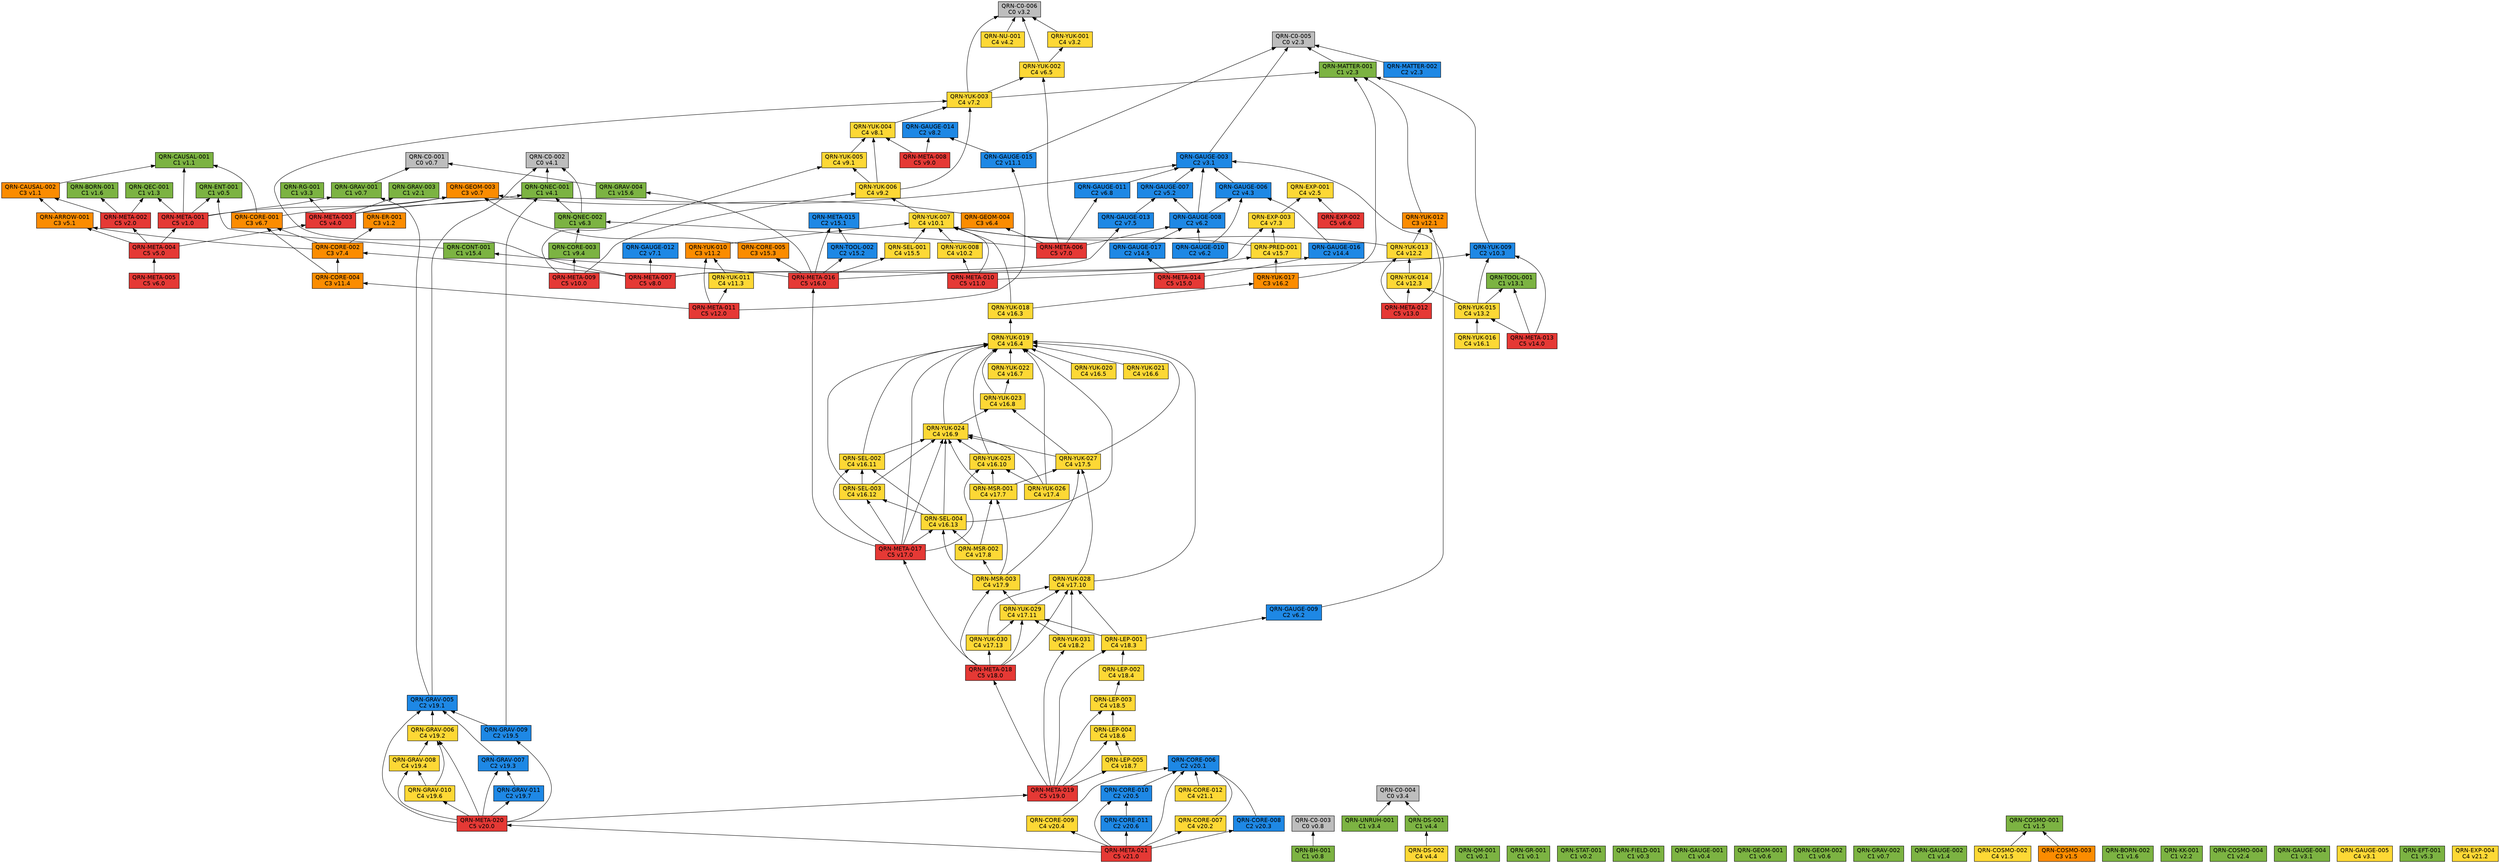
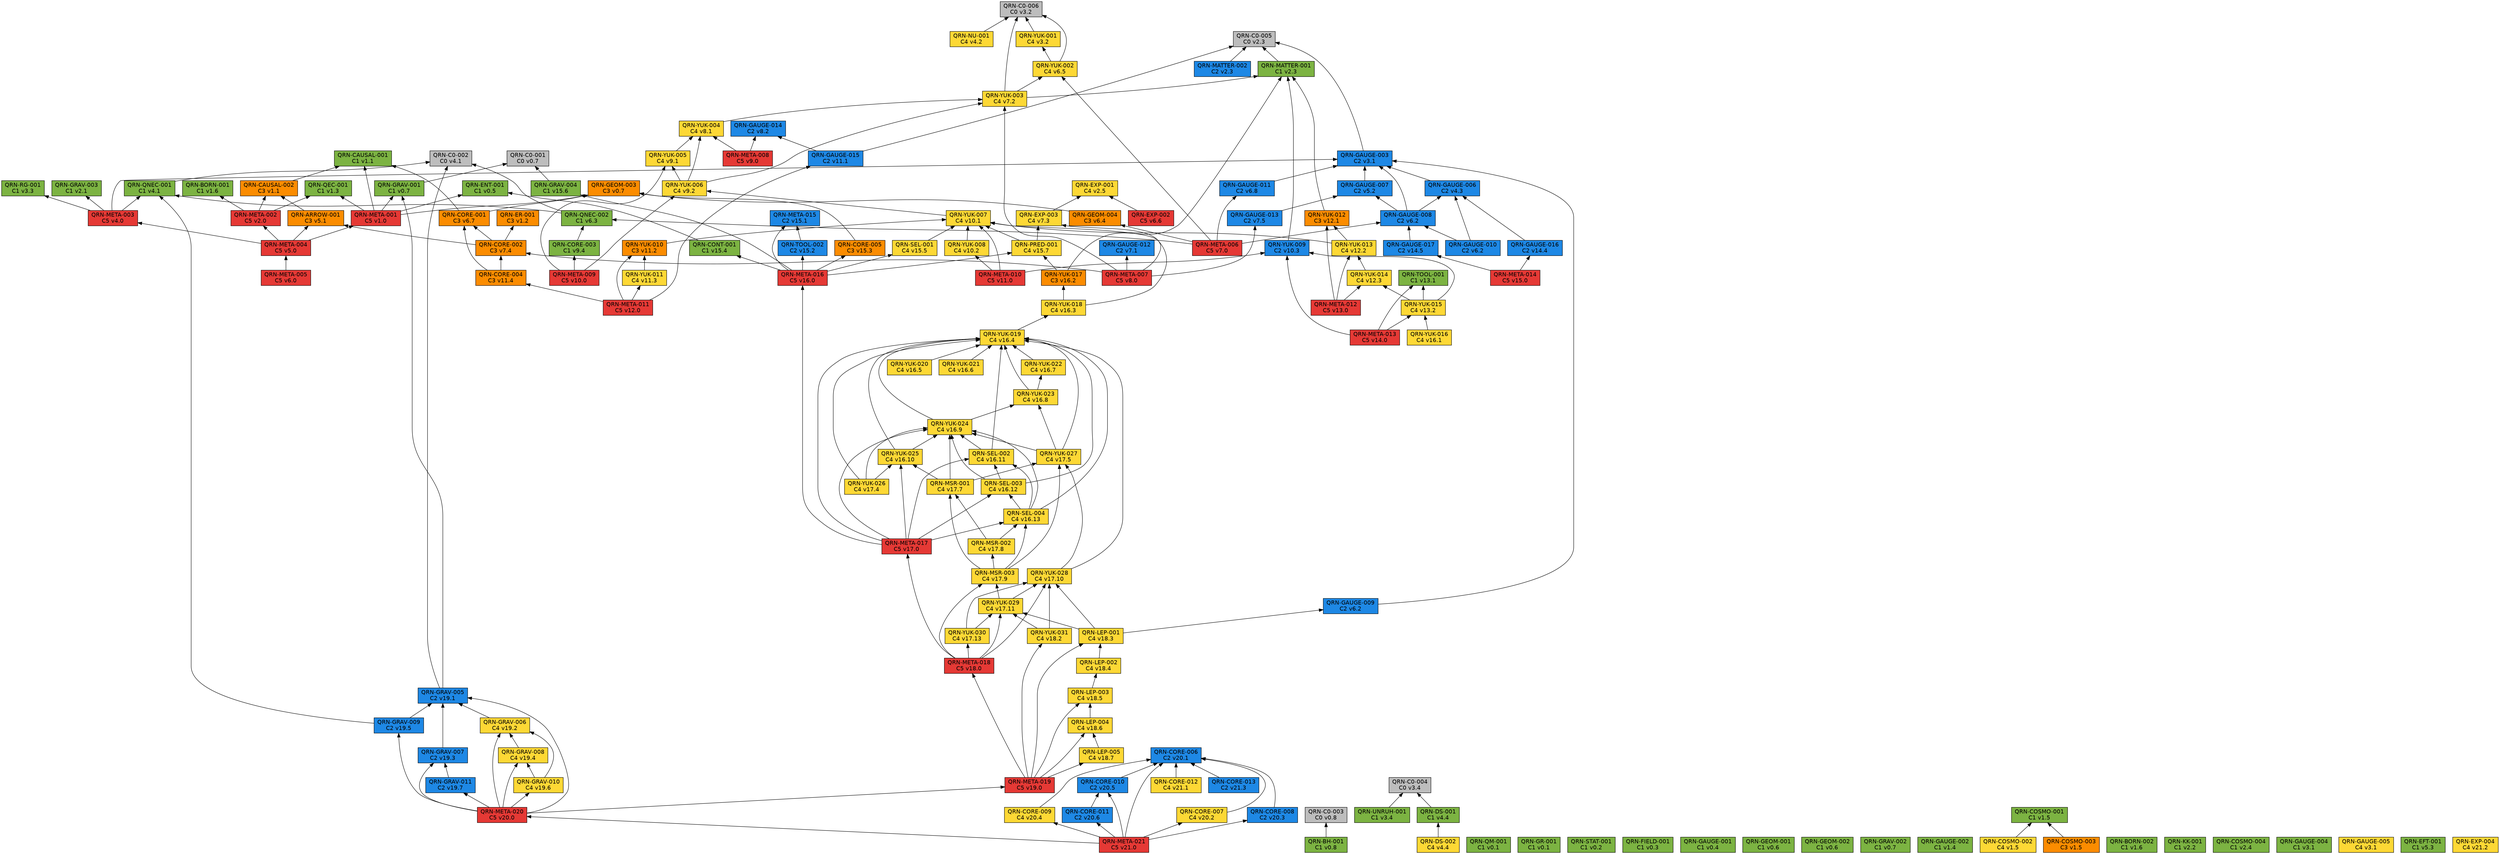
// 自動生成 (dag/report.pl) — QRN 主張依存グラフ
digraph qrn {
  rankdir=BT;
  node [shape=box, style=filled, fontname="Helvetica"];
  "QRN-C0-001" [fillcolor="#bdbdbd", label="QRN-C0-001\nC0 v0.7"];
  "QRN-C0-002" [fillcolor="#bdbdbd", label="QRN-C0-002\nC0 v4.1"];
  "QRN-C0-003" [fillcolor="#bdbdbd", label="QRN-C0-003\nC0 v0.8"];
  "QRN-C0-004" [fillcolor="#bdbdbd", label="QRN-C0-004\nC0 v3.4"];
  "QRN-C0-005" [fillcolor="#bdbdbd", label="QRN-C0-005\nC0 v2.3"];
  "QRN-C0-006" [fillcolor="#bdbdbd", label="QRN-C0-006\nC0 v3.2"];
  "QRN-QM-001" [fillcolor="#7cb342", label="QRN-QM-001\nC1 v0.1"];
  "QRN-GR-001" [fillcolor="#7cb342", label="QRN-GR-001\nC1 v0.1"];
  "QRN-STAT-001" [fillcolor="#7cb342", label="QRN-STAT-001\nC1 v0.2"];
  "QRN-FIELD-001" [fillcolor="#7cb342", label="QRN-FIELD-001\nC1 v0.3"];
  "QRN-GAUGE-001" [fillcolor="#7cb342", label="QRN-GAUGE-001\nC1 v0.4"];
  "QRN-ENT-001" [fillcolor="#7cb342", label="QRN-ENT-001\nC1 v0.5"];
  "QRN-GEOM-001" [fillcolor="#7cb342", label="QRN-GEOM-001\nC1 v0.6"];
  "QRN-GEOM-002" [fillcolor="#7cb342", label="QRN-GEOM-002\nC1 v0.6"];
  "QRN-GEOM-003" [fillcolor="#fb8c00", label="QRN-GEOM-003\nC3 v0.7"];
  "QRN-GRAV-001" [fillcolor="#7cb342", label="QRN-GRAV-001\nC1 v0.7"];
  "QRN-GRAV-002" [fillcolor="#7cb342", label="QRN-GRAV-002\nC1 v0.7"];
  "QRN-BH-001" [fillcolor="#7cb342", label="QRN-BH-001\nC1 v0.8"];
  "QRN-CAUSAL-001" [fillcolor="#7cb342", label="QRN-CAUSAL-001\nC1 v1.1"];
  "QRN-CAUSAL-002" [fillcolor="#fb8c00", label="QRN-CAUSAL-002\nC3 v1.1"];
  "QRN-ER-001" [fillcolor="#fb8c00", label="QRN-ER-001\nC3 v1.2"];
  "QRN-QEC-001" [fillcolor="#7cb342", label="QRN-QEC-001\nC1 v1.3"];
  "QRN-GAUGE-002" [fillcolor="#7cb342", label="QRN-GAUGE-002\nC1 v1.4"];
  "QRN-COSMO-001" [fillcolor="#7cb342", label="QRN-COSMO-001\nC1 v1.5"];
  "QRN-COSMO-002" [fillcolor="#fdd835", label="QRN-COSMO-002\nC4 v1.5"];
  "QRN-COSMO-003" [fillcolor="#fb8c00", label="QRN-COSMO-003\nC3 v1.5"];
  "QRN-BORN-001" [fillcolor="#7cb342", label="QRN-BORN-001\nC1 v1.6"];
  "QRN-BORN-002" [fillcolor="#7cb342", label="QRN-BORN-002\nC1 v1.6"];
  "QRN-GRAV-003" [fillcolor="#7cb342", label="QRN-GRAV-003\nC1 v2.1"];
  "QRN-KK-001" [fillcolor="#7cb342", label="QRN-KK-001\nC1 v2.2"];
  "QRN-MATTER-001" [fillcolor="#7cb342", label="QRN-MATTER-001\nC1 v2.3"];
  "QRN-MATTER-002" [fillcolor="#1e88e5", label="QRN-MATTER-002\nC2 v2.3"];
  "QRN-COSMO-004" [fillcolor="#7cb342", label="QRN-COSMO-004\nC1 v2.4"];
  "QRN-EXP-001" [fillcolor="#fdd835", label="QRN-EXP-001\nC4 v2.5"];
  "QRN-GAUGE-003" [fillcolor="#1e88e5", label="QRN-GAUGE-003\nC2 v3.1"];
  "QRN-GAUGE-004" [fillcolor="#7cb342", label="QRN-GAUGE-004\nC1 v3.1"];
  "QRN-GAUGE-005" [fillcolor="#fdd835", label="QRN-GAUGE-005\nC4 v3.1"];
  "QRN-YUK-001" [fillcolor="#fdd835", label="QRN-YUK-001\nC4 v3.2"];
  "QRN-RG-001" [fillcolor="#7cb342", label="QRN-RG-001\nC1 v3.3"];
  "QRN-UNRUH-001" [fillcolor="#7cb342", label="QRN-UNRUH-001\nC1 v3.4"];
  "QRN-QNEC-001" [fillcolor="#7cb342", label="QRN-QNEC-001\nC1 v4.1"];
  "QRN-NU-001" [fillcolor="#fdd835", label="QRN-NU-001\nC4 v4.2"];
  "QRN-GAUGE-006" [fillcolor="#1e88e5", label="QRN-GAUGE-006\nC2 v4.3"];
  "QRN-DS-001" [fillcolor="#7cb342", label="QRN-DS-001\nC1 v4.4"];
  "QRN-DS-002" [fillcolor="#fdd835", label="QRN-DS-002\nC4 v4.4"];
  "QRN-ARROW-001" [fillcolor="#fb8c00", label="QRN-ARROW-001\nC3 v5.1"];
  "QRN-GAUGE-007" [fillcolor="#1e88e5", label="QRN-GAUGE-007\nC2 v5.2"];
  "QRN-EFT-001" [fillcolor="#7cb342", label="QRN-EFT-001\nC1 v5.3"];
  "QRN-GAUGE-008" [fillcolor="#1e88e5", label="QRN-GAUGE-008\nC2 v6.2"];
  "QRN-GAUGE-009" [fillcolor="#1e88e5", label="QRN-GAUGE-009\nC2 v6.2"];
  "QRN-GAUGE-010" [fillcolor="#1e88e5", label="QRN-GAUGE-010\nC2 v6.2"];
  "QRN-QNEC-002" [fillcolor="#7cb342", label="QRN-QNEC-002\nC1 v6.3"];
  "QRN-GEOM-004" [fillcolor="#fb8c00", label="QRN-GEOM-004\nC3 v6.4"];
  "QRN-YUK-002" [fillcolor="#fdd835", label="QRN-YUK-002\nC4 v6.5"];
  "QRN-EXP-002" [fillcolor="#e53935", label="QRN-EXP-002\nC5 v6.6"];
  "QRN-CORE-001" [fillcolor="#fb8c00", label="QRN-CORE-001\nC3 v6.7"];
  "QRN-GAUGE-011" [fillcolor="#1e88e5", label="QRN-GAUGE-011\nC2 v6.8"];
  "QRN-GAUGE-012" [fillcolor="#1e88e5", label="QRN-GAUGE-012\nC2 v7.1"];
  "QRN-YUK-003" [fillcolor="#fdd835", label="QRN-YUK-003\nC4 v7.2"];
  "QRN-EXP-003" [fillcolor="#fdd835", label="QRN-EXP-003\nC4 v7.3"];
  "QRN-CORE-002" [fillcolor="#fb8c00", label="QRN-CORE-002\nC3 v7.4"];
  "QRN-GAUGE-013" [fillcolor="#1e88e5", label="QRN-GAUGE-013\nC2 v7.5"];
  "QRN-YUK-004" [fillcolor="#fdd835", label="QRN-YUK-004\nC4 v8.1"];
  "QRN-GAUGE-014" [fillcolor="#1e88e5", label="QRN-GAUGE-014\nC2 v8.2"];
  "QRN-META-001" [fillcolor="#e53935", label="QRN-META-001\nC5 v1.0"];
  "QRN-META-002" [fillcolor="#e53935", label="QRN-META-002\nC5 v2.0"];
  "QRN-META-003" [fillcolor="#e53935", label="QRN-META-003\nC5 v4.0"];
  "QRN-META-004" [fillcolor="#e53935", label="QRN-META-004\nC5 v5.0"];
  "QRN-META-005" [fillcolor="#e53935", label="QRN-META-005\nC5 v6.0"];
  "QRN-META-006" [fillcolor="#e53935", label="QRN-META-006\nC5 v7.0"];
  "QRN-META-007" [fillcolor="#e53935", label="QRN-META-007\nC5 v8.0"];
  "QRN-META-008" [fillcolor="#e53935", label="QRN-META-008\nC5 v9.0"];
  "QRN-YUK-005" [fillcolor="#fdd835", label="QRN-YUK-005\nC4 v9.1"];
  "QRN-YUK-006" [fillcolor="#fdd835", label="QRN-YUK-006\nC4 v9.2"];
  "QRN-CORE-003" [fillcolor="#7cb342", label="QRN-CORE-003\nC1 v9.4"];
  "QRN-META-009" [fillcolor="#e53935", label="QRN-META-009\nC5 v10.0"];
  "QRN-YUK-007" [fillcolor="#fdd835", label="QRN-YUK-007\nC4 v10.1"];
  "QRN-YUK-008" [fillcolor="#fdd835", label="QRN-YUK-008\nC4 v10.2"];
  "QRN-YUK-009" [fillcolor="#1e88e5", label="QRN-YUK-009\nC2 v10.3"];
  "QRN-META-010" [fillcolor="#e53935", label="QRN-META-010\nC5 v11.0"];
  "QRN-GAUGE-015" [fillcolor="#1e88e5", label="QRN-GAUGE-015\nC2 v11.1"];
  "QRN-YUK-010" [fillcolor="#fb8c00", label="QRN-YUK-010\nC3 v11.2"];
  "QRN-YUK-011" [fillcolor="#fdd835", label="QRN-YUK-011\nC4 v11.3"];
  "QRN-CORE-004" [fillcolor="#fb8c00", label="QRN-CORE-004\nC3 v11.4"];
  "QRN-META-011" [fillcolor="#e53935", label="QRN-META-011\nC5 v12.0"];
  "QRN-YUK-012" [fillcolor="#fb8c00", label="QRN-YUK-012\nC3 v12.1"];
  "QRN-YUK-013" [fillcolor="#fdd835", label="QRN-YUK-013\nC4 v12.2"];
  "QRN-YUK-014" [fillcolor="#fdd835", label="QRN-YUK-014\nC4 v12.3"];
  "QRN-META-012" [fillcolor="#e53935", label="QRN-META-012\nC5 v13.0"];
  "QRN-TOOL-001" [fillcolor="#7cb342", label="QRN-TOOL-001\nC1 v13.1"];
  "QRN-YUK-015" [fillcolor="#fdd835", label="QRN-YUK-015\nC4 v13.2"];
  "QRN-META-013" [fillcolor="#e53935", label="QRN-META-013\nC5 v14.0"];
  "QRN-GAUGE-016" [fillcolor="#1e88e5", label="QRN-GAUGE-016\nC2 v14.4"];
  "QRN-GAUGE-017" [fillcolor="#1e88e5", label="QRN-GAUGE-017\nC2 v14.5"];
  "QRN-META-014" [fillcolor="#e53935", label="QRN-META-014\nC5 v15.0"];
  "QRN-META-015" [fillcolor="#1e88e5", label="QRN-META-015\nC2 v15.1"];
  "QRN-TOOL-002" [fillcolor="#1e88e5", label="QRN-TOOL-002\nC2 v15.2"];
  "QRN-CORE-005" [fillcolor="#fb8c00", label="QRN-CORE-005\nC3 v15.3"];
  "QRN-CONT-001" [fillcolor="#7cb342", label="QRN-CONT-001\nC1 v15.4"];
  "QRN-SEL-001" [fillcolor="#fdd835", label="QRN-SEL-001\nC4 v15.5"];
  "QRN-GRAV-004" [fillcolor="#7cb342", label="QRN-GRAV-004\nC1 v15.6"];
  "QRN-PRED-001" [fillcolor="#fdd835", label="QRN-PRED-001\nC4 v15.7"];
  "QRN-META-016" [fillcolor="#e53935", label="QRN-META-016\nC5 v16.0"];
  "QRN-YUK-016" [fillcolor="#fdd835", label="QRN-YUK-016\nC4 v16.1"];
  "QRN-YUK-017" [fillcolor="#fb8c00", label="QRN-YUK-017\nC3 v16.2"];
  "QRN-YUK-018" [fillcolor="#fdd835", label="QRN-YUK-018\nC4 v16.3"];
  "QRN-YUK-019" [fillcolor="#fdd835", label="QRN-YUK-019\nC4 v16.4"];
  "QRN-YUK-020" [fillcolor="#fdd835", label="QRN-YUK-020\nC4 v16.5"];
  "QRN-YUK-021" [fillcolor="#fdd835", label="QRN-YUK-021\nC4 v16.6"];
  "QRN-YUK-022" [fillcolor="#fdd835", label="QRN-YUK-022\nC4 v16.7"];
  "QRN-YUK-023" [fillcolor="#fdd835", label="QRN-YUK-023\nC4 v16.8"];
  "QRN-YUK-024" [fillcolor="#fdd835", label="QRN-YUK-024\nC4 v16.9"];
  "QRN-YUK-025" [fillcolor="#fdd835", label="QRN-YUK-025\nC4 v16.10"];
  "QRN-SEL-002" [fillcolor="#fdd835", label="QRN-SEL-002\nC4 v16.11"];
  "QRN-SEL-003" [fillcolor="#fdd835", label="QRN-SEL-003\nC4 v16.12"];
  "QRN-SEL-004" [fillcolor="#fdd835", label="QRN-SEL-004\nC4 v16.13"];
  "QRN-META-017" [fillcolor="#e53935", label="QRN-META-017\nC5 v17.0"];
  "QRN-YUK-026" [fillcolor="#fdd835", label="QRN-YUK-026\nC4 v17.4"];
  "QRN-YUK-027" [fillcolor="#fdd835", label="QRN-YUK-027\nC4 v17.5"];
  "QRN-MSR-001" [fillcolor="#fdd835", label="QRN-MSR-001\nC4 v17.7"];
  "QRN-MSR-002" [fillcolor="#fdd835", label="QRN-MSR-002\nC4 v17.8"];
  "QRN-MSR-003" [fillcolor="#fdd835", label="QRN-MSR-003\nC4 v17.9"];
  "QRN-YUK-028" [fillcolor="#fdd835", label="QRN-YUK-028\nC4 v17.10"];
  "QRN-YUK-029" [fillcolor="#fdd835", label="QRN-YUK-029\nC4 v17.11"];
  "QRN-YUK-030" [fillcolor="#fdd835", label="QRN-YUK-030\nC4 v17.13"];
  "QRN-META-018" [fillcolor="#e53935", label="QRN-META-018\nC5 v18.0"];
  "QRN-YUK-031" [fillcolor="#fdd835", label="QRN-YUK-031\nC4 v18.2"];
  "QRN-LEP-001" [fillcolor="#fdd835", label="QRN-LEP-001\nC4 v18.3"];
  "QRN-LEP-002" [fillcolor="#fdd835", label="QRN-LEP-002\nC4 v18.4"];
  "QRN-LEP-003" [fillcolor="#fdd835", label="QRN-LEP-003\nC4 v18.5"];
  "QRN-LEP-004" [fillcolor="#fdd835", label="QRN-LEP-004\nC4 v18.6"];
  "QRN-LEP-005" [fillcolor="#fdd835", label="QRN-LEP-005\nC4 v18.7"];
  "QRN-META-019" [fillcolor="#e53935", label="QRN-META-019\nC5 v19.0"];
  "QRN-GRAV-005" [fillcolor="#1e88e5", label="QRN-GRAV-005\nC2 v19.1"];
  "QRN-GRAV-006" [fillcolor="#fdd835", label="QRN-GRAV-006\nC4 v19.2"];
  "QRN-GRAV-007" [fillcolor="#1e88e5", label="QRN-GRAV-007\nC2 v19.3"];
  "QRN-GRAV-008" [fillcolor="#fdd835", label="QRN-GRAV-008\nC4 v19.4"];
  "QRN-GRAV-009" [fillcolor="#1e88e5", label="QRN-GRAV-009\nC2 v19.5"];
  "QRN-GRAV-010" [fillcolor="#fdd835", label="QRN-GRAV-010\nC4 v19.6"];
  "QRN-GRAV-011" [fillcolor="#1e88e5", label="QRN-GRAV-011\nC2 v19.7"];
  "QRN-META-020" [fillcolor="#e53935", label="QRN-META-020\nC5 v20.0"];
  "QRN-CORE-006" [fillcolor="#1e88e5", label="QRN-CORE-006\nC2 v20.1"];
  "QRN-CORE-007" [fillcolor="#fdd835", label="QRN-CORE-007\nC4 v20.2"];
  "QRN-CORE-008" [fillcolor="#1e88e5", label="QRN-CORE-008\nC2 v20.3"];
  "QRN-CORE-009" [fillcolor="#fdd835", label="QRN-CORE-009\nC4 v20.4"];
  "QRN-CORE-010" [fillcolor="#1e88e5", label="QRN-CORE-010\nC2 v20.5"];
  "QRN-CORE-011" [fillcolor="#1e88e5", label="QRN-CORE-011\nC2 v20.6"];
  "QRN-META-021" [fillcolor="#e53935", label="QRN-META-021\nC5 v21.0"];
  "QRN-CORE-012" [fillcolor="#fdd835", label="QRN-CORE-012\nC4 v21.1"];
  "QRN-EXP-004" [fillcolor="#fdd835", label="QRN-EXP-004\nC4 v21.2"];
+   "QRN-CORE-013" [fillcolor="#1e88e5", label="QRN-CORE-013\nC2 v21.3"];
  "QRN-GRAV-001" -> "QRN-C0-001";
  "QRN-BH-001" -> "QRN-C0-003";
  "QRN-CAUSAL-002" -> "QRN-CAUSAL-001";
  "QRN-COSMO-002" -> "QRN-COSMO-001";
  "QRN-COSMO-003" -> "QRN-COSMO-001";
  "QRN-MATTER-001" -> "QRN-C0-005";
  "QRN-MATTER-002" -> "QRN-C0-005";
  "QRN-GAUGE-003" -> "QRN-C0-005";
  "QRN-YUK-001" -> "QRN-C0-006";
  "QRN-UNRUH-001" -> "QRN-C0-004";
  "QRN-QNEC-001" -> "QRN-C0-002";
  "QRN-NU-001" -> "QRN-C0-006";
  "QRN-GAUGE-006" -> "QRN-GAUGE-003";
  "QRN-DS-001" -> "QRN-C0-004";
  "QRN-DS-002" -> "QRN-DS-001";
  "QRN-ARROW-001" -> "QRN-CAUSAL-002";
  "QRN-GAUGE-007" -> "QRN-GAUGE-003";
  "QRN-GAUGE-008" -> "QRN-GAUGE-003";
  "QRN-GAUGE-008" -> "QRN-GAUGE-006";
  "QRN-GAUGE-008" -> "QRN-GAUGE-007";
  "QRN-GAUGE-009" -> "QRN-GAUGE-003";
  "QRN-GAUGE-010" -> "QRN-GAUGE-006";
  "QRN-GAUGE-010" -> "QRN-GAUGE-008";
  "QRN-QNEC-002" -> "QRN-C0-002";
  "QRN-QNEC-002" -> "QRN-QNEC-001";
  "QRN-GEOM-004" -> "QRN-GEOM-003";
  "QRN-YUK-002" -> "QRN-C0-006";
  "QRN-YUK-002" -> "QRN-YUK-001";
  "QRN-EXP-002" -> "QRN-EXP-001";
  "QRN-CORE-001" -> "QRN-GEOM-003";
  "QRN-CORE-001" -> "QRN-CAUSAL-001";
  "QRN-GAUGE-011" -> "QRN-GAUGE-003";
  "QRN-YUK-003" -> "QRN-C0-006";
  "QRN-YUK-003" -> "QRN-MATTER-001";
  "QRN-YUK-003" -> "QRN-YUK-002";
  "QRN-EXP-003" -> "QRN-EXP-001";
  "QRN-CORE-002" -> "QRN-CORE-001";
  "QRN-CORE-002" -> "QRN-ER-001";
  "QRN-CORE-002" -> "QRN-ARROW-001";
  "QRN-GAUGE-013" -> "QRN-GAUGE-007";
  "QRN-YUK-004" -> "QRN-YUK-003";
  "QRN-META-001" -> "QRN-GEOM-003";
  "QRN-META-001" -> "QRN-GRAV-001";
  "QRN-META-001" -> "QRN-CAUSAL-001";
  "QRN-META-001" -> "QRN-QEC-001";
  "QRN-META-001" -> "QRN-ENT-001";
  "QRN-META-002" -> "QRN-QEC-001";
  "QRN-META-002" -> "QRN-BORN-001";
  "QRN-META-002" -> "QRN-CAUSAL-002";
  "QRN-META-003" -> "QRN-GAUGE-003";
  "QRN-META-003" -> "QRN-RG-001";
  "QRN-META-003" -> "QRN-QNEC-001";
  "QRN-META-003" -> "QRN-GRAV-003";
  "QRN-META-004" -> "QRN-META-001";
  "QRN-META-004" -> "QRN-META-002";
  "QRN-META-004" -> "QRN-META-003";
  "QRN-META-004" -> "QRN-ARROW-001";
  "QRN-META-005" -> "QRN-META-004";
  "QRN-META-006" -> "QRN-GAUGE-008";
  "QRN-META-006" -> "QRN-QNEC-002";
  "QRN-META-006" -> "QRN-GEOM-004";
  "QRN-META-006" -> "QRN-YUK-002";
  "QRN-META-006" -> "QRN-GAUGE-011";
  "QRN-META-007" -> "QRN-GAUGE-012";
  "QRN-META-007" -> "QRN-YUK-003";
  "QRN-META-007" -> "QRN-EXP-003";
  "QRN-META-007" -> "QRN-CORE-002";
  "QRN-META-007" -> "QRN-GAUGE-013";
  "QRN-META-008" -> "QRN-YUK-004";
  "QRN-META-008" -> "QRN-GAUGE-014";
  "QRN-YUK-005" -> "QRN-YUK-004";
  "QRN-YUK-006" -> "QRN-YUK-003";
  "QRN-YUK-006" -> "QRN-YUK-004";
  "QRN-YUK-006" -> "QRN-YUK-005";
  "QRN-CORE-003" -> "QRN-QNEC-002";
  "QRN-META-009" -> "QRN-YUK-005";
  "QRN-META-009" -> "QRN-YUK-006";
  "QRN-META-009" -> "QRN-CORE-003";
  "QRN-YUK-007" -> "QRN-YUK-006";
  "QRN-YUK-008" -> "QRN-YUK-007";
  "QRN-YUK-009" -> "QRN-MATTER-001";
  "QRN-META-010" -> "QRN-YUK-007";
  "QRN-META-010" -> "QRN-YUK-008";
  "QRN-META-010" -> "QRN-YUK-009";
  "QRN-GAUGE-015" -> "QRN-C0-005";
  "QRN-GAUGE-015" -> "QRN-GAUGE-014";
  "QRN-YUK-010" -> "QRN-YUK-007";
  "QRN-YUK-011" -> "QRN-YUK-010";
  "QRN-CORE-004" -> "QRN-CORE-001";
  "QRN-CORE-004" -> "QRN-CORE-002";
  "QRN-META-011" -> "QRN-GAUGE-015";
  "QRN-META-011" -> "QRN-YUK-010";
  "QRN-META-011" -> "QRN-YUK-011";
  "QRN-META-011" -> "QRN-CORE-004";
  "QRN-YUK-012" -> "QRN-MATTER-001";
  "QRN-YUK-013" -> "QRN-YUK-012";
  "QRN-YUK-013" -> "QRN-YUK-007";
  "QRN-YUK-014" -> "QRN-YUK-013";
  "QRN-META-012" -> "QRN-YUK-012";
  "QRN-META-012" -> "QRN-YUK-013";
  "QRN-META-012" -> "QRN-YUK-014";
  "QRN-YUK-015" -> "QRN-YUK-014";
  "QRN-YUK-015" -> "QRN-TOOL-001";
  "QRN-YUK-015" -> "QRN-YUK-009";
  "QRN-META-013" -> "QRN-YUK-015";
  "QRN-META-013" -> "QRN-TOOL-001";
  "QRN-META-013" -> "QRN-YUK-009";
  "QRN-GAUGE-016" -> "QRN-GAUGE-006";
  "QRN-GAUGE-017" -> "QRN-GAUGE-008";
  "QRN-META-014" -> "QRN-GAUGE-016";
  "QRN-META-014" -> "QRN-GAUGE-017";
  "QRN-TOOL-002" -> "QRN-META-015";
  "QRN-CORE-005" -> "QRN-GEOM-003";
  "QRN-CONT-001" -> "QRN-ENT-001";
  "QRN-SEL-001" -> "QRN-YUK-007";
  "QRN-GRAV-004" -> "QRN-C0-001";
  "QRN-PRED-001" -> "QRN-YUK-007";
  "QRN-PRED-001" -> "QRN-EXP-003";
  "QRN-META-016" -> "QRN-META-015";
  "QRN-META-016" -> "QRN-TOOL-002";
  "QRN-META-016" -> "QRN-CORE-005";
  "QRN-META-016" -> "QRN-CONT-001";
  "QRN-META-016" -> "QRN-SEL-001";
  "QRN-META-016" -> "QRN-GRAV-004";
  "QRN-META-016" -> "QRN-PRED-001";
  "QRN-YUK-016" -> "QRN-YUK-015";
  "QRN-YUK-017" -> "QRN-MATTER-001";
  "QRN-YUK-017" -> "QRN-PRED-001";
  "QRN-YUK-018" -> "QRN-YUK-017";
  "QRN-YUK-018" -> "QRN-YUK-007";
  "QRN-YUK-019" -> "QRN-YUK-018";
  "QRN-YUK-020" -> "QRN-YUK-019";
  "QRN-YUK-021" -> "QRN-YUK-019";
  "QRN-YUK-022" -> "QRN-YUK-019";
  "QRN-YUK-023" -> "QRN-YUK-019";
  "QRN-YUK-023" -> "QRN-YUK-022";
  "QRN-YUK-024" -> "QRN-YUK-019";
  "QRN-YUK-024" -> "QRN-YUK-023";
  "QRN-YUK-025" -> "QRN-YUK-019";
  "QRN-YUK-025" -> "QRN-YUK-024";
  "QRN-SEL-002" -> "QRN-YUK-019";
  "QRN-SEL-002" -> "QRN-YUK-024";
  "QRN-SEL-003" -> "QRN-YUK-019";
  "QRN-SEL-003" -> "QRN-YUK-024";
  "QRN-SEL-003" -> "QRN-SEL-002";
  "QRN-SEL-004" -> "QRN-YUK-019";
  "QRN-SEL-004" -> "QRN-YUK-024";
  "QRN-SEL-004" -> "QRN-SEL-002";
  "QRN-SEL-004" -> "QRN-SEL-003";
  "QRN-META-017" -> "QRN-META-016";
  "QRN-META-017" -> "QRN-YUK-019";
  "QRN-META-017" -> "QRN-YUK-024";
  "QRN-META-017" -> "QRN-YUK-025";
  "QRN-META-017" -> "QRN-SEL-002";
  "QRN-META-017" -> "QRN-SEL-003";
  "QRN-META-017" -> "QRN-SEL-004";
  "QRN-YUK-026" -> "QRN-YUK-019";
  "QRN-YUK-026" -> "QRN-YUK-024";
  "QRN-YUK-026" -> "QRN-YUK-025";
  "QRN-YUK-027" -> "QRN-YUK-019";
  "QRN-YUK-027" -> "QRN-YUK-023";
  "QRN-YUK-027" -> "QRN-YUK-024";
  "QRN-MSR-001" -> "QRN-YUK-024";
  "QRN-MSR-001" -> "QRN-YUK-025";
  "QRN-MSR-001" -> "QRN-YUK-027";
  "QRN-MSR-002" -> "QRN-SEL-004";
  "QRN-MSR-002" -> "QRN-MSR-001";
  "QRN-MSR-003" -> "QRN-MSR-001";
  "QRN-MSR-003" -> "QRN-MSR-002";
  "QRN-MSR-003" -> "QRN-SEL-004";
  "QRN-MSR-003" -> "QRN-YUK-027";
  "QRN-YUK-028" -> "QRN-YUK-019";
  "QRN-YUK-028" -> "QRN-YUK-027";
  "QRN-YUK-029" -> "QRN-YUK-028";
  "QRN-YUK-029" -> "QRN-MSR-003";
  "QRN-YUK-030" -> "QRN-YUK-028";
  "QRN-YUK-030" -> "QRN-YUK-029";
  "QRN-META-018" -> "QRN-META-017";
  "QRN-META-018" -> "QRN-MSR-003";
  "QRN-META-018" -> "QRN-YUK-028";
  "QRN-META-018" -> "QRN-YUK-029";
  "QRN-META-018" -> "QRN-YUK-030";
  "QRN-YUK-031" -> "QRN-YUK-028";
  "QRN-YUK-031" -> "QRN-YUK-029";
  "QRN-LEP-001" -> "QRN-YUK-028";
  "QRN-LEP-001" -> "QRN-YUK-029";
  "QRN-LEP-001" -> "QRN-GAUGE-009";
  "QRN-LEP-002" -> "QRN-LEP-001";
  "QRN-LEP-003" -> "QRN-LEP-002";
  "QRN-LEP-004" -> "QRN-LEP-003";
  "QRN-LEP-005" -> "QRN-LEP-004";
  "QRN-META-019" -> "QRN-META-018";
  "QRN-META-019" -> "QRN-YUK-031";
  "QRN-META-019" -> "QRN-LEP-001";
  "QRN-META-019" -> "QRN-LEP-003";
  "QRN-META-019" -> "QRN-LEP-004";
  "QRN-META-019" -> "QRN-LEP-005";
  "QRN-GRAV-005" -> "QRN-C0-002";
  "QRN-GRAV-005" -> "QRN-GRAV-001";
  "QRN-GRAV-006" -> "QRN-GRAV-005";
  "QRN-GRAV-007" -> "QRN-GRAV-005";
  "QRN-GRAV-008" -> "QRN-GRAV-006";
  "QRN-GRAV-009" -> "QRN-GRAV-005";
  "QRN-GRAV-009" -> "QRN-QNEC-001";
  "QRN-GRAV-010" -> "QRN-GRAV-006";
  "QRN-GRAV-010" -> "QRN-GRAV-008";
  "QRN-GRAV-011" -> "QRN-GRAV-007";
  "QRN-META-020" -> "QRN-META-019";
  "QRN-META-020" -> "QRN-GRAV-005";
  "QRN-META-020" -> "QRN-GRAV-006";
  "QRN-META-020" -> "QRN-GRAV-007";
  "QRN-META-020" -> "QRN-GRAV-008";
  "QRN-META-020" -> "QRN-GRAV-009";
  "QRN-META-020" -> "QRN-GRAV-010";
  "QRN-META-020" -> "QRN-GRAV-011";
  "QRN-CORE-007" -> "QRN-CORE-006";
  "QRN-CORE-008" -> "QRN-CORE-006";
  "QRN-CORE-009" -> "QRN-CORE-006";
  "QRN-CORE-010" -> "QRN-CORE-006";
  "QRN-CORE-011" -> "QRN-CORE-010";
  "QRN-META-021" -> "QRN-META-020";
  "QRN-META-021" -> "QRN-CORE-006";
  "QRN-META-021" -> "QRN-CORE-007";
  "QRN-META-021" -> "QRN-CORE-008";
  "QRN-META-021" -> "QRN-CORE-009";
  "QRN-META-021" -> "QRN-CORE-010";
  "QRN-META-021" -> "QRN-CORE-011";
  "QRN-CORE-012" -> "QRN-CORE-006";
+   "QRN-CORE-013" -> "QRN-CORE-006";
}
